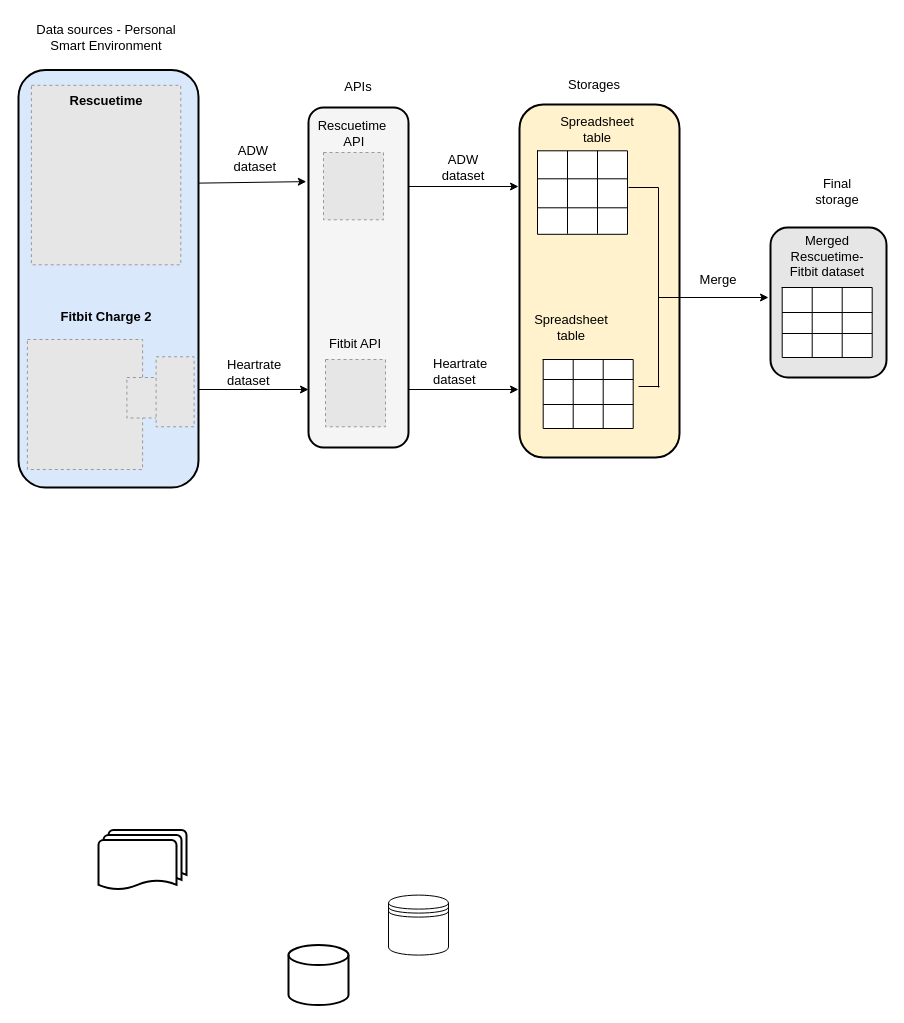
Above: chapter 7.drawio in oluwande/zmPDSwR (draw.io), before the change. Source tidied: cells renumbered, new cells numbered last; positions are measured from the earlier drawing's top-left corner, leaving out a move shared by most shapes. Both pictures are drawn from the tidied source at 100%, with x=0, y=0 at pixel (18, 17). Pictures stored in the file or linked from it are replaced by grey dashed boxes.
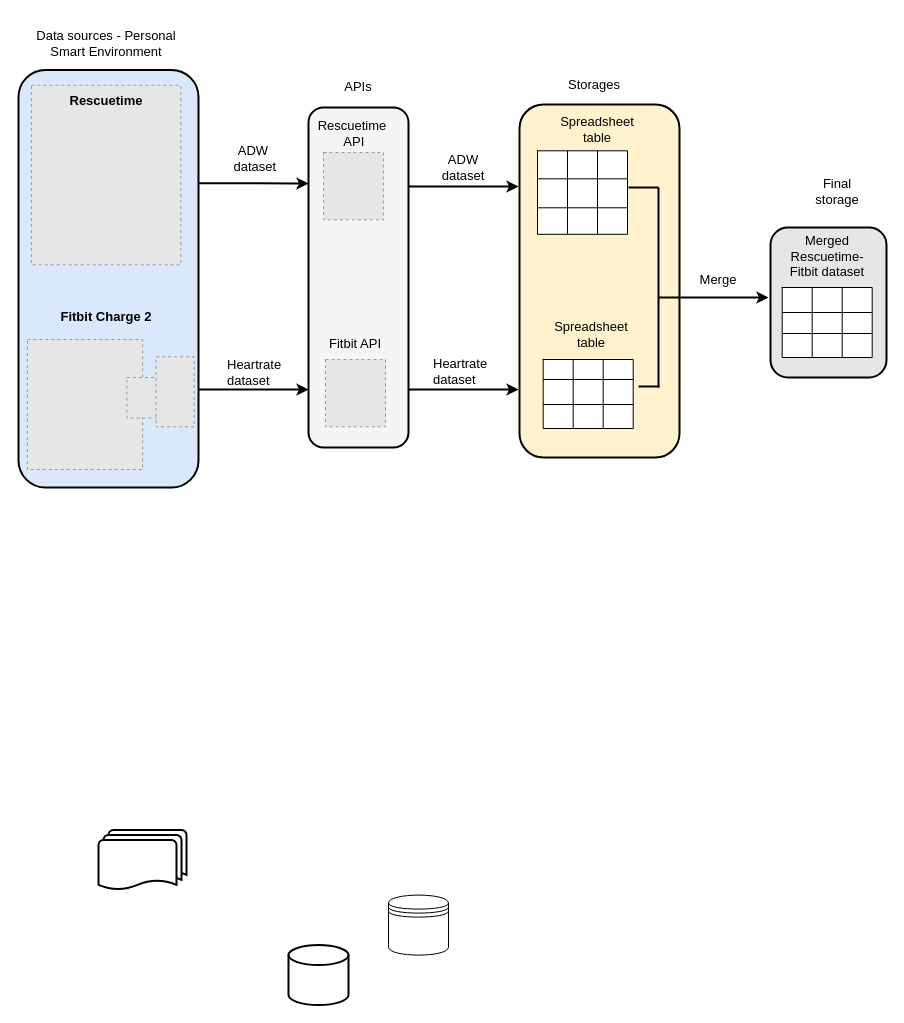
After the change.

The change refers to these unchanged cells:
```xml
<mxCell id="4" style="rounded=1;whiteSpace=wrap;html=1;fontSize=13;strokeColor=#000000;strokeWidth=2;fillColor=#f5f5f5;fontColor=#333333;" parent="1" vertex="1">
  <mxGeometry x="290" y="90" width="100" height="340" as="geometry" />
</mxCell>
<mxCell id="5" style="rounded=1;whiteSpace=wrap;html=1;fontSize=13;strokeColor=#000000;strokeWidth=2;fillColor=#dae8fc;" parent="1" vertex="1">
  <mxGeometry y="52.5" width="180" height="417.5" as="geometry" />
</mxCell>
```

What changed in the source:
```diff
@@
     <mxCell id="57" value="&lt;span&gt;&lt;font style=&quot;font-size: 13px&quot;&gt;Spreadsheet table&lt;/font&gt;&lt;/span&gt;" style="text;html=1;strokeColor=none;fillColor=none;align=center;verticalAlign=middle;whiteSpace=wrap;rounded=0;fontStyle=0;" parent="1" vertex="1">
-      <mxGeometry x="502.7" y="287" width="100" height="45" as="geometry" />
+      <mxGeometry x="522.7" y="294" width="100" height="45" as="geometry" />
     </mxCell>
@@
-    <mxCell id="60" style="endArrow=classic;html=1;rounded=0;fontSize=13;exitX=0.999;exitY=0.271;exitDx=0;exitDy=0;exitPerimeter=0;entryX=-0.022;entryY=0.218;entryDx=0;entryDy=0;entryPerimeter=0;" parent="1" edge="1" source="5" target="4">
-      <mxGeometry relative="1" as="geometry" />
+    <mxCell id="60" style="endArrow=classic;html=1;rounded=0;fontSize=13;exitX=0.999;exitY=0.271;exitDx=0;exitDy=0;exitPerimeter=0;strokeWidth=2;" parent="1" edge="1" source="5">
+      <mxGeometry relative="1" as="geometry">
+        <mxPoint x="290" y="166" as="targetPoint" />
+      </mxGeometry>
     </mxCell>
-    <mxCell id="61" style="endArrow=classic;html=1;rounded=0;fontSize=13;" parent="1" edge="1">
+    <mxCell id="61" style="endArrow=classic;html=1;rounded=0;fontSize=13;strokeWidth=2;" parent="1" edge="1">
       <mxGeometry relative="1" as="geometry">
         <mxPoint x="390" y="169" as="sourcePoint" />
         <mxPoint x="500" y="169" as="targetPoint" />
       </mxGeometry>
     </mxCell>
-    <mxCell id="62" value="&lt;font style=&quot;font-size: 13px&quot;&gt;ADW &lt;br&gt;dataset&lt;/font&gt;" style="text;html=1;strokeColor=none;fillColor=none;align=center;verticalAlign=middle;whiteSpace=wrap;rounded=0;" parent="1" vertex="1">
+    <mxCell id="62" value="&lt;font style=&quot;font-size: 13px&quot;&gt;ADW &lt;br&gt;dataset&lt;/font&gt;" style="text;html=1;strokeColor=none;fillColor=none;align=center;verticalAlign=middle;whiteSpace=wrap;rounded=0;strokeWidth=2;" parent="1" vertex="1">
       <mxGeometry x="410" y="127" width="70" height="45" as="geometry" />
     </mxCell>
-    <mxCell id="63" style="endArrow=classic;html=1;rounded=0;fontSize=13;" parent="1" edge="1">
+    <mxCell id="63" style="endArrow=classic;html=1;rounded=0;fontSize=13;strokeWidth=2;" parent="1" edge="1">
       <mxGeometry relative="1" as="geometry">
         <mxPoint x="180" y="372" as="sourcePoint" />
         <mxPoint x="290" y="372" as="targetPoint" />
       </mxGeometry>
     </mxCell>
@@
-    <mxCell id="65" style="endArrow=classic;html=1;rounded=0;fontSize=13;" parent="1" edge="1">
+    <mxCell id="65" style="endArrow=classic;html=1;rounded=0;fontSize=13;strokeWidth=2;" parent="1" edge="1">
       <mxGeometry relative="1" as="geometry">
         <mxPoint x="390" y="372" as="sourcePoint" />
         <mxPoint x="500" y="372" as="targetPoint" />
       </mxGeometry>
     </mxCell>
-    <mxCell id="66" style="endArrow=none;html=1;rounded=0;fontSize=13;" parent="1" edge="1">
+    <mxCell id="66" style="endArrow=none;html=1;rounded=0;fontSize=13;strokeWidth=2;" parent="1" edge="1">
       <mxGeometry relative="1" as="geometry">
         <mxPoint x="640" y="170" as="sourcePoint" />
         <mxPoint x="640" y="370" as="targetPoint" />
       </mxGeometry>
     </mxCell>
-    <mxCell id="67" style="endArrow=none;html=1;rounded=0;fontSize=13;" parent="1" edge="1">
+    <mxCell id="67" style="endArrow=none;html=1;rounded=0;fontSize=13;strokeWidth=2;" parent="1" edge="1">
       <mxGeometry relative="1" as="geometry">
         <mxPoint x="610" y="170" as="sourcePoint" />
         <mxPoint x="640" y="170" as="targetPoint" />
       </mxGeometry>
     </mxCell>
-    <mxCell id="68" style="endArrow=classic;html=1;rounded=0;fontSize=13;" parent="1" edge="1">
+    <mxCell id="68" style="endArrow=classic;html=1;rounded=0;fontSize=13;strokeWidth=2;" parent="1" edge="1">
       <mxGeometry relative="1" as="geometry">
         <mxPoint x="640" y="280" as="sourcePoint" />
         <mxPoint x="750" y="280" as="targetPoint" />
       </mxGeometry>
     </mxCell>
@@
     <mxCell id="70" value="Data sources - Personal Smart Environment" style="text;html=1;strokeColor=none;fillColor=none;align=center;verticalAlign=middle;whiteSpace=wrap;rounded=0;fontSize=13;" parent="1" vertex="1">
-      <mxGeometry x="12.9" width="150" height="40" as="geometry" />
+      <mxGeometry x="12.9" y="6" width="150" height="40" as="geometry" />
     </mxCell>
@@
-    <mxCell id="74" style="endArrow=none;html=1;rounded=0;fontSize=13;" parent="1" edge="1">
+    <mxCell id="74" style="endArrow=none;html=1;rounded=0;fontSize=13;strokeWidth=2;" parent="1" edge="1">
       <mxGeometry relative="1" as="geometry">
         <mxPoint x="620" y="369" as="sourcePoint" />
         <mxPoint x="641" y="369" as="targetPoint" />
       </mxGeometry>
     </mxCell>
```
